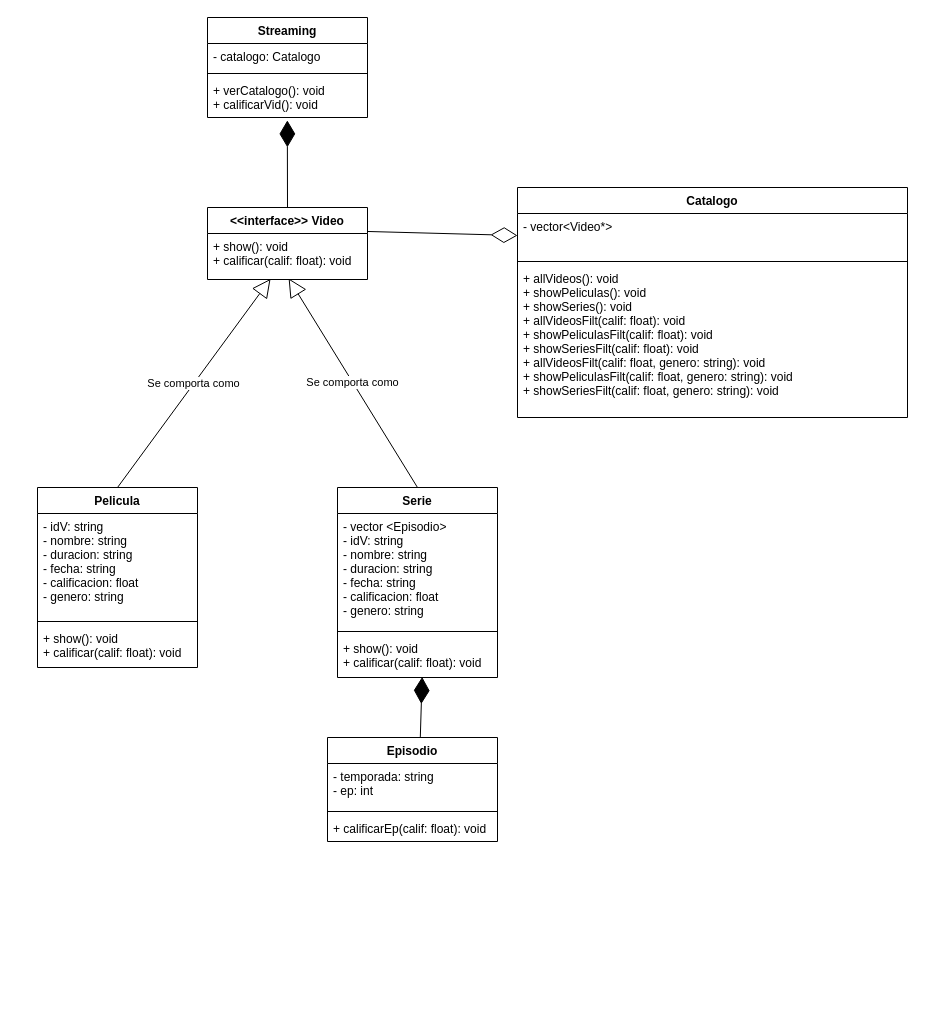
The draw.io diagram streaming 2.drawio in A01750658/proyecto_cpp, before the edit. Source tidied: cells renumbered, new cells numbered last; positions are measured from the earlier drawing's top-left corner, leaving out a move shared by most shapes. Both pictures are drawn from the tidied source at 100%, with x=0, y=0 at pixel (37, 17).
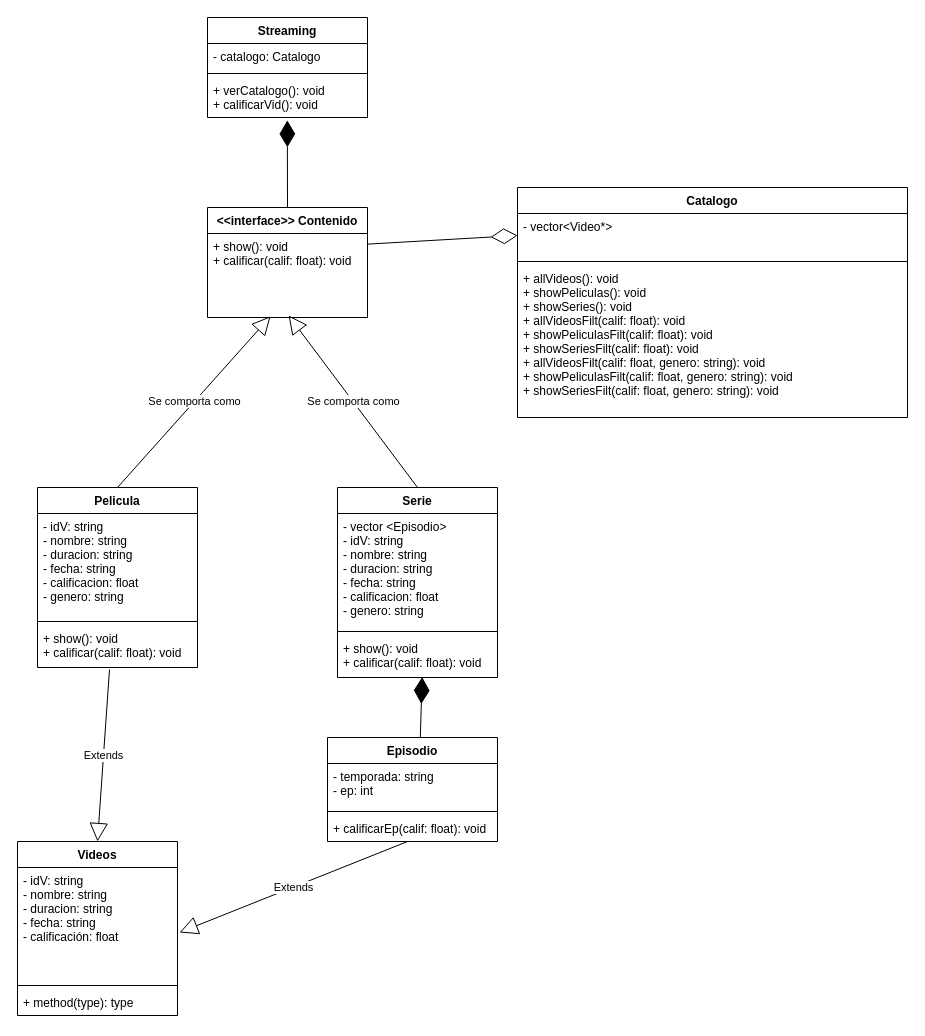
The same page after the edit.

Unchanged cells that the change refers to:
```xml
<mxCell id="19" value="+ show(): void&#10;+ calificar(calif: float): void" style="text;strokeColor=none;fillColor=none;align=left;verticalAlign=top;spacingLeft=4;spacingRight=4;overflow=hidden;points=[[0,0.5],[1,0.5]];portConstraint=eastwest;" parent="16" vertex="1">
  <mxGeometry y="138" width="160" height="42" as="geometry" />
</mxCell>
<mxCell id="28" value="+ calificarEp(calif: float): void" style="text;strokeColor=none;fillColor=none;align=left;verticalAlign=top;spacingLeft=4;spacingRight=4;overflow=hidden;points=[[0,0.5],[1,0.5]];portConstraint=eastwest;" parent="25" vertex="1">
  <mxGeometry y="78" width="170" height="26" as="geometry" />
</mxCell>
```

Change to the diagram source:
```diff
@@
-    <mxCell id="8" value="&lt;&lt;interface&gt;&gt; Video" style="swimlane;fontStyle=1;align=center;verticalAlign=top;horizontal=1;startSize=26;" parent="1" vertex="1">
-      <mxGeometry x="170" y="190" width="160" height="72" as="geometry" />
+    <mxCell id="8" value="&lt;&lt;interface&gt;&gt; Contenido" style="swimlane;fontStyle=1;align=center;verticalAlign=top;horizontal=1;startSize=26;" parent="1" vertex="1">
+      <mxGeometry x="170" y="190" width="160" height="110" as="geometry" />
     </mxCell>
-    <mxCell id="9" value="+ show(): void&#10;+ calificar(calif: float): void" style="text;strokeColor=none;fillColor=none;align=left;verticalAlign=top;spacingLeft=4;spacingRight=4;overflow=hidden;points=[[0,0.5],[1,0.5]];portConstraint=eastwest;" parent="8" vertex="1">
-      <mxGeometry y="26" width="160" height="46" as="geometry" />
+    <mxCell id="9" value="+ show(): void&#10;+ calificar(calif: float): void&#10;" style="text;strokeColor=none;fillColor=none;align=left;verticalAlign=top;spacingLeft=4;spacingRight=4;overflow=hidden;points=[[0,0.5],[1,0.5]];portConstraint=eastwest;" parent="8" vertex="1">
+      <mxGeometry y="26" width="160" height="84" as="geometry" />
     </mxCell>
@@
+    <mxCell id="29" value="Videos" style="swimlane;fontStyle=1;align=center;verticalAlign=top;horizontal=1;startSize=26;" parent="1" vertex="1">
+      <mxGeometry x="-20" y="824" width="160" height="174" as="geometry" />
+    </mxCell>
+    <mxCell id="30" value="- idV: string&#10;- nombre: string&#10;- duracion: string&#10;- fecha: string&#10;- calificación: float" style="text;strokeColor=none;fillColor=none;align=left;verticalAlign=top;spacingLeft=4;spacingRight=4;overflow=hidden;points=[[0,0.5],[1,0.5]];portConstraint=eastwest;" parent="29" vertex="1">
+      <mxGeometry y="26" width="160" height="114" as="geometry" />
+    </mxCell>
+    <mxCell id="31" style="line;strokeWidth=1;fillColor=none;align=left;verticalAlign=middle;spacingTop=-1;spacingLeft=3;spacingRight=3;labelPosition=right;strokeColor=inherit;" parent="29" vertex="1">
+      <mxGeometry y="140" width="160" height="8" as="geometry" />
+    </mxCell>
+    <mxCell id="32" value="+ method(type): type" style="text;strokeColor=none;fillColor=none;align=left;verticalAlign=top;spacingLeft=4;spacingRight=4;overflow=hidden;" parent="29" vertex="1">
+      <mxGeometry y="148" width="160" height="26" as="geometry" />
+    </mxCell>
+    <mxCell id="33" value="Extends" style="endArrow=block;endSize=16;endFill=0;html=1;entryX=1.013;entryY=0.57;entryDx=0;entryDy=0;entryPerimeter=0;exitX=0.471;exitY=1;exitDx=0;exitDy=0;exitPerimeter=0;" parent="1" edge="1" source="28" target="30">
+      <mxGeometry relative="1" as="geometry" />
+    </mxCell>
+    <mxCell id="34" value="Extends" style="endArrow=block;endSize=16;endFill=0;html=1;exitX=0.45;exitY=1.048;exitDx=0;exitDy=0;exitPerimeter=0;entryX=0.5;entryY=0;entryDx=0;entryDy=0;" parent="1" edge="1" source="19" target="29">
+      <mxGeometry relative="1" as="geometry" />
+    </mxCell>
```
